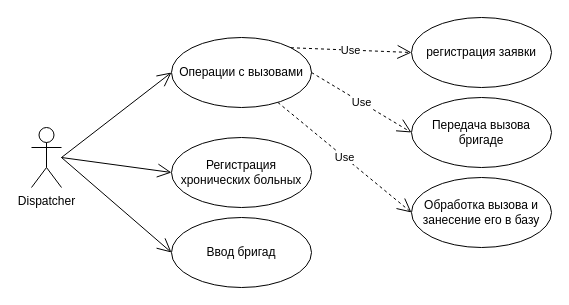
The draw.io diagram Ambulance/Actor.drawio in zalyz/Diplom, before the edit. Source tidied: cells renumbered, new cells numbered last; positions are measured from the earlier drawing's top-left corner, leaving out a move shared by most shapes. Both pictures are drawn from the tidied source at 100%, with x=0, y=0 at pixel (31, 17).
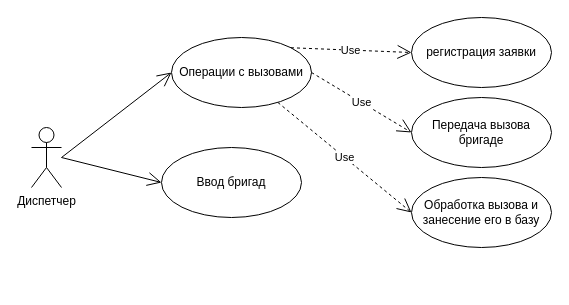
After the change.

Diff of the diagram source:
```diff
@@
 <mxGraphModel>
   <root>
     <mxCell id="0" />
     <mxCell id="1" parent="0" />
-    <mxCell id="2" value="Dispatcher" style="shape=umlActor;verticalLabelPosition=bottom;labelBackgroundColor=#ffffff;verticalAlign=top;html=1;" parent="1" vertex="1">
+    <mxCell id="2" value="Диспетчер" style="shape=umlActor;verticalLabelPosition=bottom;labelBackgroundColor=#ffffff;verticalAlign=top;html=1;" parent="1" vertex="1">
       <mxGeometry y="110" width="30" height="60" as="geometry" />
     </mxCell>
     <mxCell id="3" value="регистрация заявки" style="ellipse;whiteSpace=wrap;html=1;" parent="1" vertex="1">
       <mxGeometry x="380" width="140" height="70" as="geometry" />
     </mxCell>
     <mxCell id="4" value="Передача вызова бригаде" style="ellipse;whiteSpace=wrap;html=1;" parent="1" vertex="1">
       <mxGeometry x="380" y="80" width="140" height="70" as="geometry" />
     </mxCell>
     <mxCell id="5" value="Обработка вызова и занесение его в базу" style="ellipse;whiteSpace=wrap;html=1;" parent="1" vertex="1">
       <mxGeometry x="380" y="160" width="140" height="70" as="geometry" />
     </mxCell>
     <mxCell id="6" value="Use" style="endArrow=open;endSize=12;dashed=1;html=1;entryX=0;entryY=0.5;entryDx=0;entryDy=0;" parent="1" edge="1" source="7" target="5">
       <mxGeometry relative="1" as="geometry" />
     </mxCell>
     <mxCell id="7" value="Операции с вызовами" style="ellipse;whiteSpace=wrap;html=1;" parent="1" vertex="1">
       <mxGeometry x="140" y="20" width="140" height="70" as="geometry" />
     </mxCell>
     <mxCell id="8" value="Use" style="endArrow=open;endSize=12;dashed=1;html=1;entryX=0;entryY=0.5;entryDx=0;entryDy=0;exitX=1;exitY=0.5;exitDx=0;exitDy=0;" parent="1" edge="1" source="7" target="4">
       <mxGeometry relative="1" as="geometry" />
     </mxCell>
     <mxCell id="9" value="Use" style="endArrow=open;endSize=12;dashed=1;html=1;entryX=0;entryY=0.5;entryDx=0;entryDy=0;exitX=1;exitY=0;exitDx=0;exitDy=0;" parent="1" edge="1" source="7" target="3">
       <mxGeometry relative="1" as="geometry" />
     </mxCell>
     <mxCell id="10" style="endArrow=open;endFill=1;endSize=12;html=1;entryX=0;entryY=0.5;entryDx=0;entryDy=0;" parent="1" edge="1" target="7">
       <mxGeometry relative="1" as="geometry">
         <mxPoint x="30" y="140" as="sourcePoint" />
       </mxGeometry>
     </mxCell>
-    <mxCell id="11" value="Регистрация хронических больных" style="ellipse;whiteSpace=wrap;html=1;" parent="1" vertex="1">
-      <mxGeometry x="140" y="120" width="140" height="70" as="geometry" />
-    </mxCell>
-    <mxCell id="12" style="endArrow=open;endFill=1;endSize=12;html=1;entryX=0;entryY=0.5;entryDx=0;entryDy=0;" parent="1" edge="1" target="11">
-      <mxGeometry relative="1" as="geometry">
-        <mxPoint x="30" y="140" as="sourcePoint" />
-      </mxGeometry>
-    </mxCell>
     <mxCell id="13" value="Ввод бригад" style="ellipse;whiteSpace=wrap;html=1;" parent="1" vertex="1">
-      <mxGeometry x="140" y="200" width="140" height="70" as="geometry" />
+      <mxGeometry x="130" y="130" width="140" height="70" as="geometry" />
     </mxCell>
     <mxCell id="14" style="endArrow=open;endFill=1;endSize=12;html=1;entryX=0;entryY=0.5;entryDx=0;entryDy=0;" parent="1" edge="1" target="13">
       <mxGeometry relative="1" as="geometry">
         <mxPoint x="30" y="140" as="sourcePoint" />
       </mxGeometry>
     </mxCell>
   </root>
 </mxGraphModel>
```
